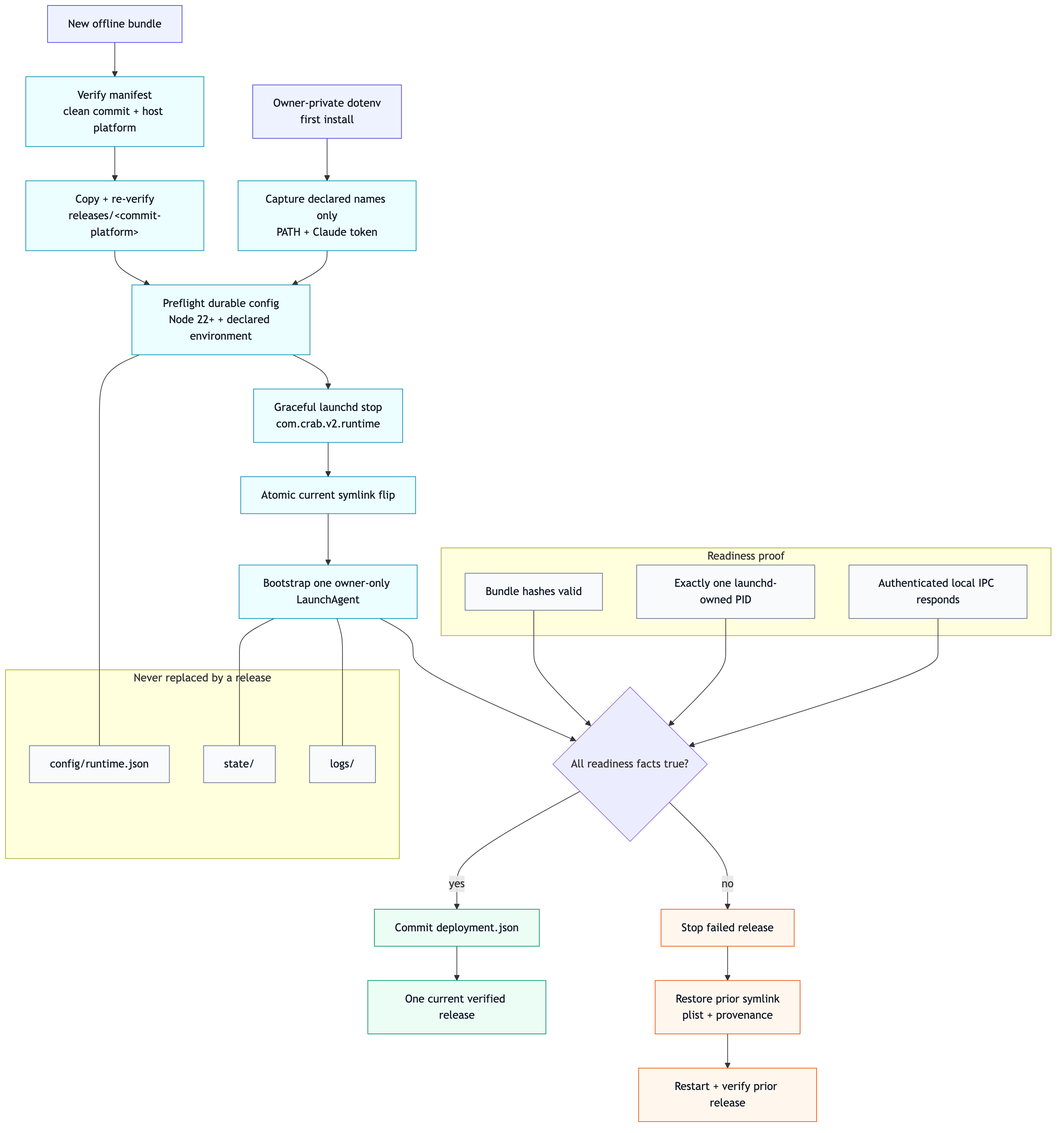
The Mermaid diagram v2/docs/runtime-deploy-flow.png in fontanierh/crab, before a commit. Its source is kept beside it as v2/docs/runtime-deploy-flow.mmd.
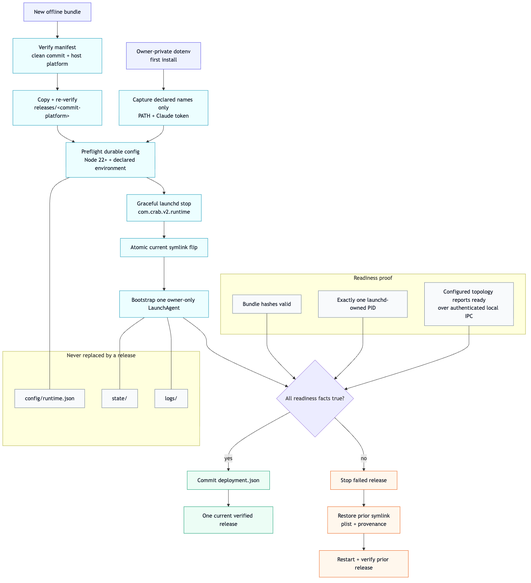
After the commit.

What changed in the source:
```diff
@@ -28,7 +28,7 @@
     subgraph PROOF["Readiness proof"]
         HASH["Bundle hashes valid"]
         PID["Exactly one launchd-owned PID"]
-        IPC["Authenticated local IPC responds"]
+        IPC["Configured topology reports ready<br/>over authenticated local IPC"]
     end
     HASH --> READY
     PID --> READY
```
